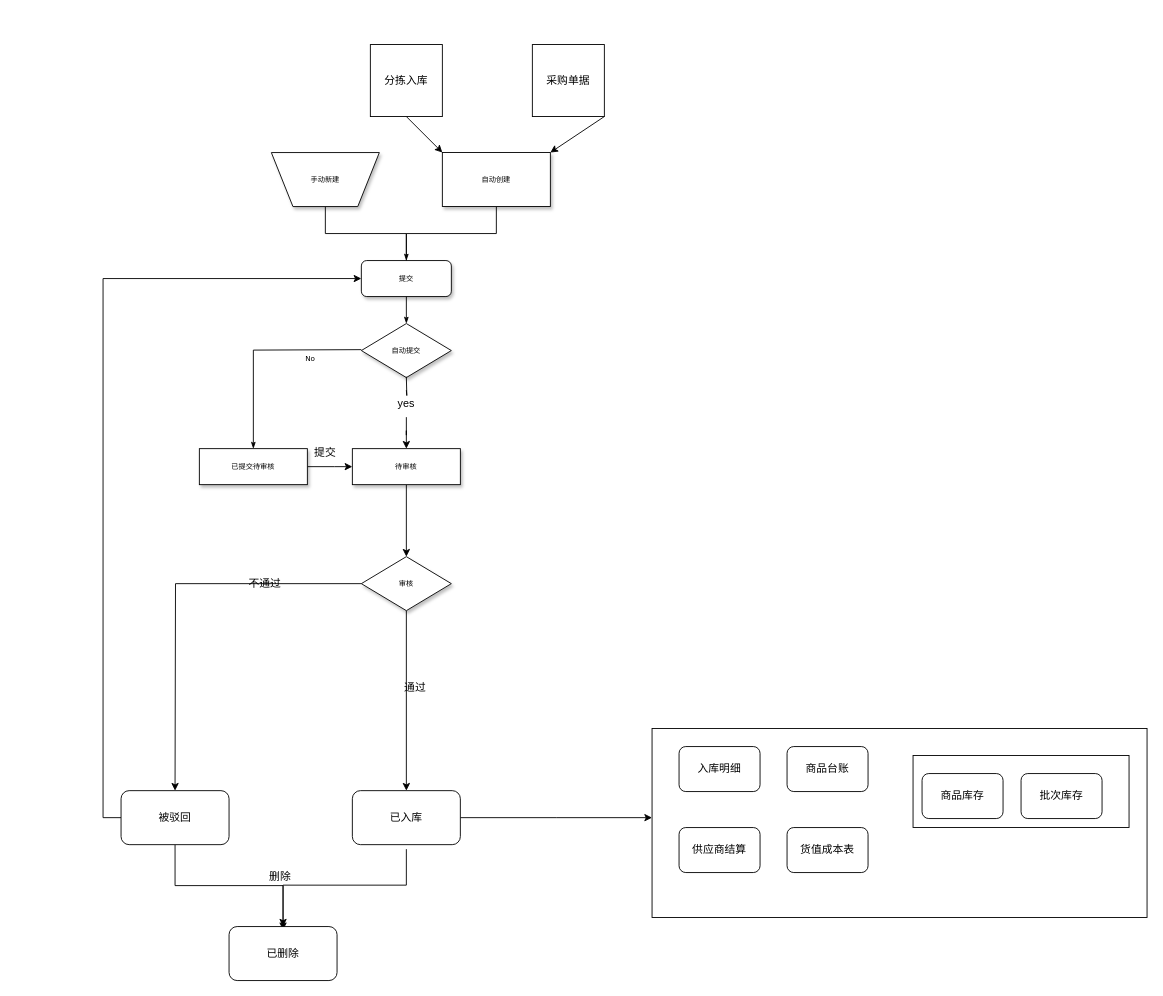
Earlier version of the draw.io diagram my-WebApp02/仓储.drawio (pcorvoh/-warehouse). Source tidied: cells renumbered, new cells numbered last; positions are measured from the earlier drawing's top-left corner, leaving out a move shared by most shapes. Both pictures are drawn from the tidied source at 90%, with x=0, y=0 at pixel (121, 44).
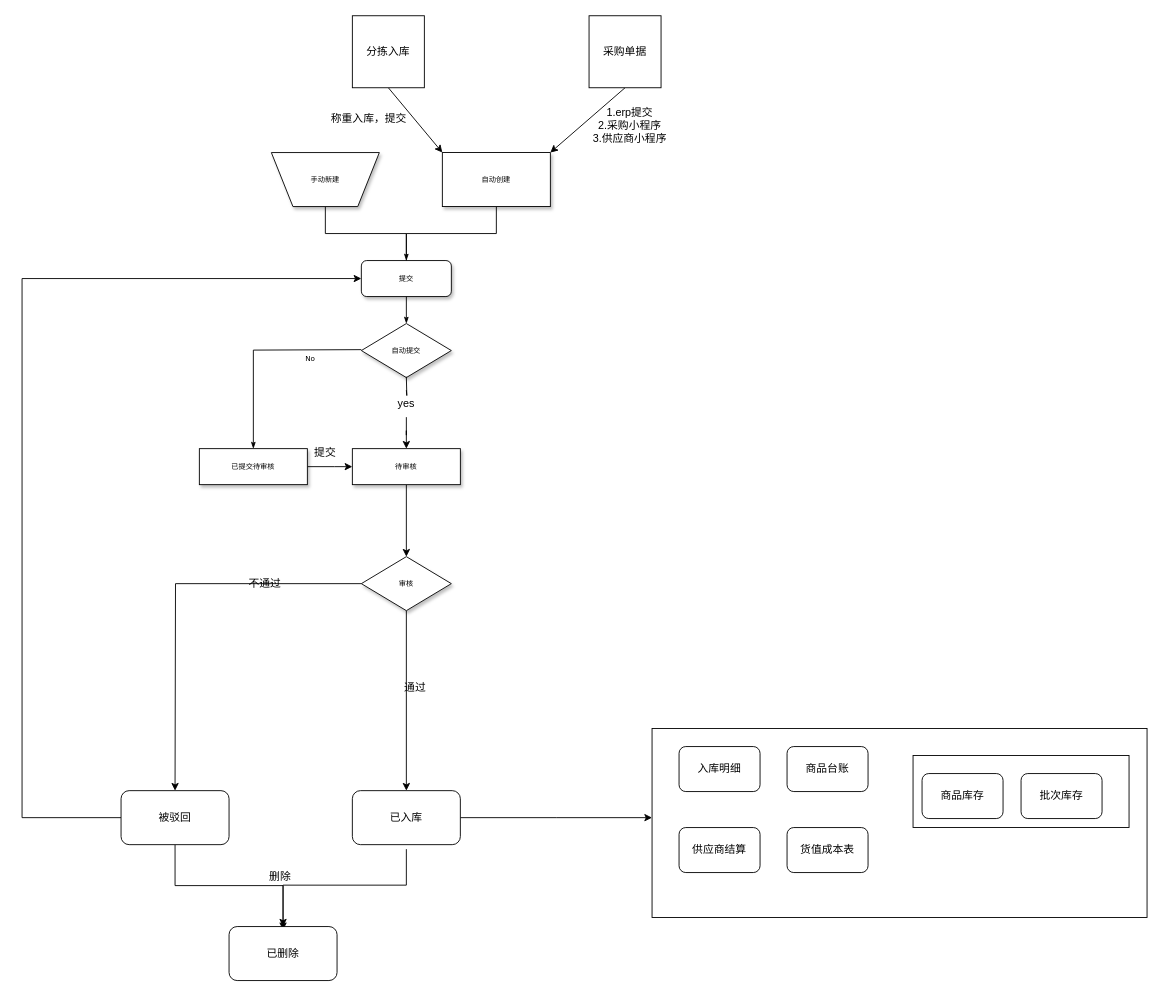
The same page after the edit.

The change refers to these unchanged cells:
```xml
<mxCell id="5" value="自动创建" style="rounded=0;whiteSpace=wrap;html=1;shadow=1;labelBackgroundColor=none;strokeWidth=1;fontFamily=Verdana;fontSize=8;align=center;" parent="1" vertex="1">
  <mxGeometry x="357" y="120" width="120" height="60" as="geometry" />
</mxCell>
<mxCell id="9" value="提交" style="rounded=1;whiteSpace=wrap;html=1;shadow=1;labelBackgroundColor=none;strokeWidth=1;fontFamily=Verdana;fontSize=8;align=center;" parent="1" vertex="1">
  <mxGeometry x="267" y="240" width="100" height="40" as="geometry" />
</mxCell>
<mxCell id="31" value="被驳回" style="rounded=1;whiteSpace=wrap;html=1;" parent="1" vertex="1">
  <mxGeometry y="829" width="120" height="60" as="geometry" />
</mxCell>
```

What changed in the source:
```diff
@@
     <mxCell id="13" value="分拣入库" style="whiteSpace=wrap;html=1;" parent="1" vertex="1">
-      <mxGeometry x="277" width="80" height="80" as="geometry" />
+      <mxGeometry x="257" y="-32" width="80" height="80" as="geometry" />
     </mxCell>
-    <mxCell id="14" style="edgeStyle=none;rounded=0;jettySize=auto;html=1;exitX=1;exitY=1;exitDx=0;exitDy=0;entryX=1;entryY=0;entryDx=0;entryDy=0;" parent="1" edge="1" source="15" target="5">
+    <mxCell id="14" style="edgeStyle=none;rounded=0;jettySize=auto;html=1;exitX=0.5;exitY=1;exitDx=0;exitDy=0;entryX=1;entryY=0;entryDx=0;entryDy=0;" parent="1" edge="1" source="15" target="5">
       <mxGeometry relative="1" as="geometry" />
     </mxCell>
     <mxCell id="15" value="采购单据" style="whiteSpace=wrap;html=1;" parent="1" vertex="1">
-      <mxGeometry x="457" width="80" height="80" as="geometry" />
+      <mxGeometry x="520" y="-32" width="80" height="80" as="geometry" />
     </mxCell>
@@
     <mxCell id="29" style="edgeStyle=orthogonalEdgeStyle;rounded=0;jettySize=auto;html=1;entryX=0;entryY=0.5;entryDx=0;entryDy=0;exitX=0;exitY=0.5;exitDx=0;exitDy=0;" parent="1" edge="1" source="31" target="9">
-      <mxGeometry relative="1" as="geometry" />
+      <mxGeometry relative="1" as="geometry">
+        <Array as="points">
+          <mxPoint x="-110" y="859" />
+          <mxPoint x="-110" y="260" />
+        </Array>
+      </mxGeometry>
     </mxCell>
@@
+    <mxCell id="43" value="1.erp提交&lt;br&gt;2.采购小程序&lt;br&gt;3.供应商小程序" style="text;html=1;align=center;verticalAlign=middle;strokeColor=none;fillColor=none;" parent="1" vertex="1">
+      <mxGeometry x="510" y="60" width="110" height="60" as="geometry" />
+    </mxCell>
+    <mxCell id="44" value="称重入库，提交" style="text;html=1;align=center;verticalAlign=middle;strokeColor=none;fillColor=none;" parent="1" vertex="1">
+      <mxGeometry x="220" y="68" width="110" height="30" as="geometry" />
+    </mxCell>
```
